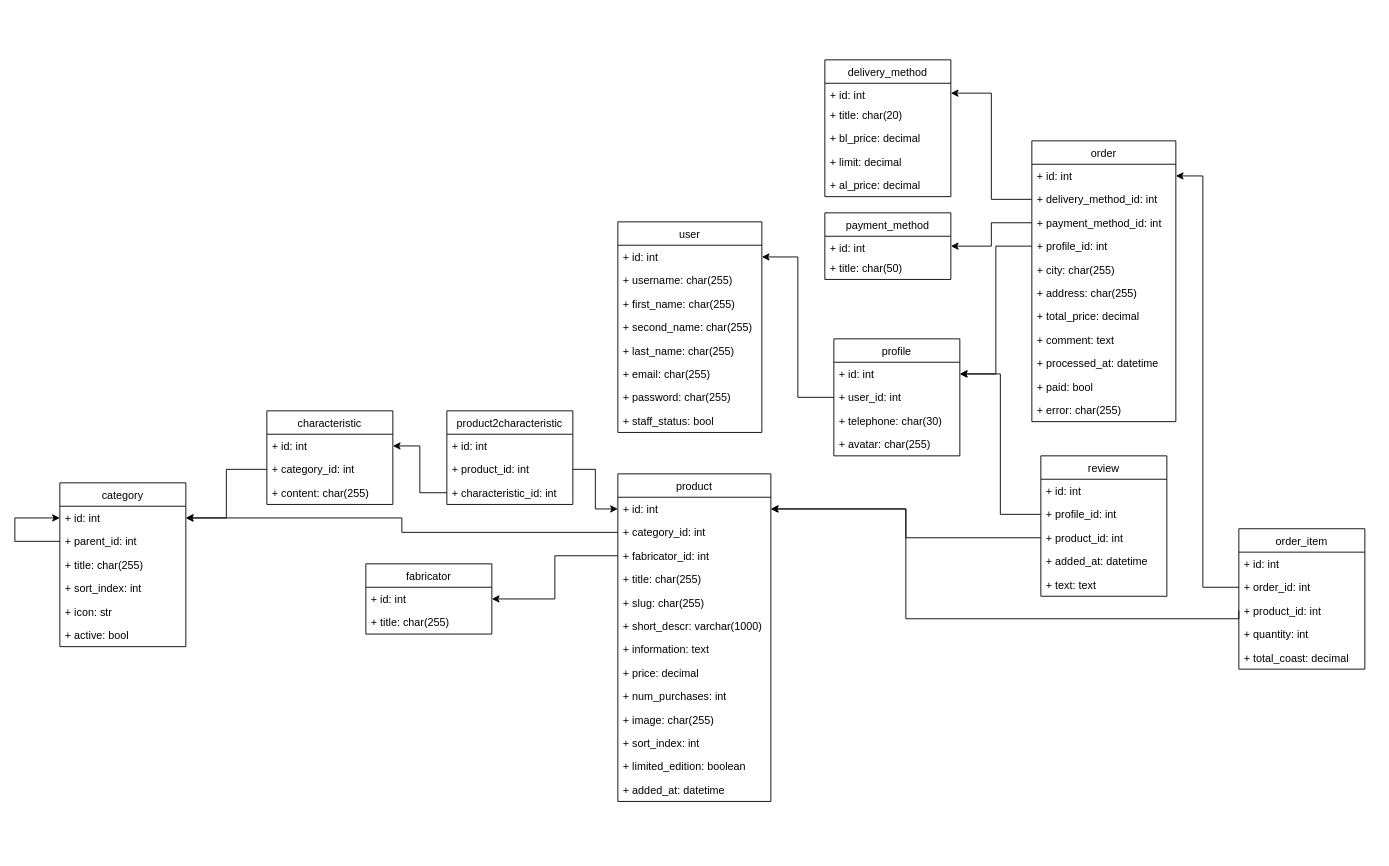
The draw.io diagram planning/scheme.drawio in Molecula80/megano, before the edit. Source tidied: cells renumbered, new cells numbered last; positions are measured from the earlier drawing's top-left corner, leaving out a move shared by most shapes. Both pictures are drawn from the tidied source at 90%, with x=0, y=0 at pixel (14, 59).
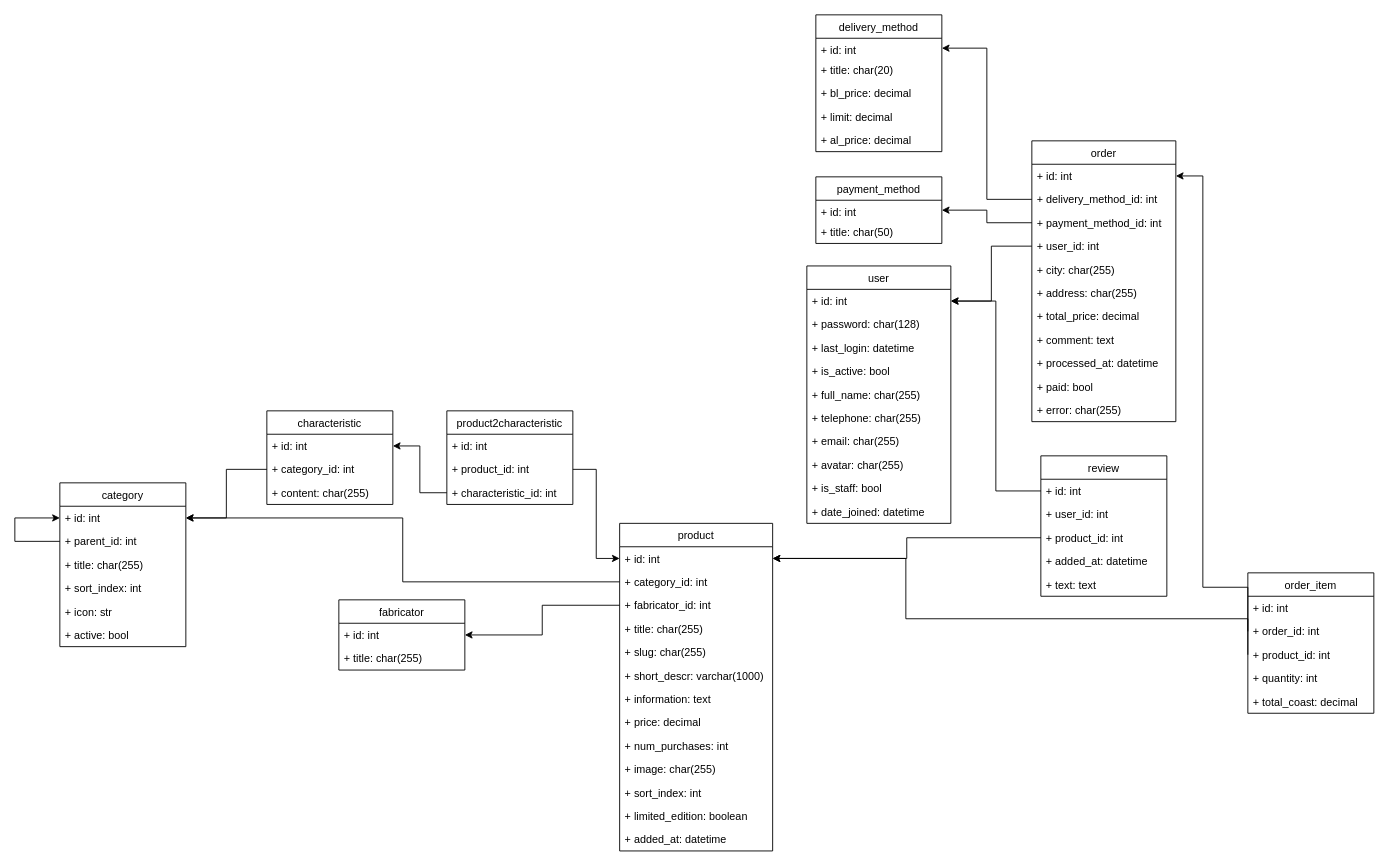
The same page after the edit.

Commit message (it also covers changes not shown here):
add login page

Unchanged cells that the change refers to:
```xml
<mxCell id="5" value="+ id: int" style="text;strokeColor=none;fillColor=none;align=left;verticalAlign=top;spacingLeft=4;spacingRight=4;overflow=hidden;points=[[0,0.5],[1,0.5]];portConstraint=eastwest;" parent="4" vertex="1">
  <mxGeometry y="26" width="170" height="26" as="geometry" />
</mxCell>
<mxCell id="41" value="+ id: int" style="text;strokeColor=none;fillColor=none;align=left;verticalAlign=top;spacingLeft=4;spacingRight=4;overflow=hidden;points=[[0,0.5],[1,0.5]];portConstraint=eastwest;" parent="40" vertex="1">
  <mxGeometry y="26" width="160" height="26" as="geometry" />
</mxCell>
<mxCell id="57" value="review" style="swimlane;fontStyle=0;horizontal=1;startSize=26;fillColor=none;" parent="1" vertex="1">
  <mxGeometry x="1140" y="440" width="140" height="156" as="geometry" />
</mxCell>
<mxCell id="58" value="+ id: int" style="text;strokeColor=none;fillColor=none;align=left;verticalAlign=top;spacingLeft=4;spacingRight=4;overflow=hidden;points=[[0,0.5],[1,0.5]];portConstraint=eastwest;" parent="57" vertex="1">
  <mxGeometry y="26" width="140" height="26" as="geometry" />
</mxCell>
<mxCell id="64" value="order" style="swimlane;fontStyle=0;horizontal=1;startSize=26;fillColor=none;" parent="1" vertex="1">
  <mxGeometry x="1130" y="90" width="160" height="312" as="geometry" />
</mxCell>
<mxCell id="88" value="+ product_id: int" style="text;strokeColor=none;fillColor=none;align=left;verticalAlign=top;spacingLeft=4;spacingRight=4;overflow=hidden;points=[[0,0.5],[1,0.5]];portConstraint=eastwest;" parent="85" vertex="1">
  <mxGeometry y="78" width="140" height="26" as="geometry" />
</mxCell>
```

The edit, as a diff of the source:
```diff
@@
     <mxCell id="4" value="product" style="swimlane;fontStyle=0;horizontal=1;startSize=26;fillColor=none;" parent="1" vertex="1">
-      <mxGeometry x="670" y="460" width="170" height="364" as="geometry" />
+      <mxGeometry x="672" y="515" width="170" height="364" as="geometry" />
     </mxCell>
@@
     <mxCell id="37" value="fabricator" style="swimlane;fontStyle=0;horizontal=1;startSize=26;fillColor=none;" parent="1" vertex="1">
-      <mxGeometry x="390" y="560" width="140" height="78" as="geometry" />
+      <mxGeometry x="360" y="600" width="140" height="78" as="geometry" />
     </mxCell>
@@
     <mxCell id="40" value="user" style="swimlane;fontStyle=0;horizontal=1;startSize=26;fillColor=none;" parent="1" vertex="1">
-      <mxGeometry x="670" y="180" width="160" height="234" as="geometry" />
+      <mxGeometry x="880" y="229" width="160" height="286" as="geometry" />
     </mxCell>
@@
-    <mxCell id="42" value="+ username: char(255)" style="text;strokeColor=none;fillColor=none;align=left;verticalAlign=top;spacingLeft=4;spacingRight=4;overflow=hidden;" parent="40" vertex="1">
+    <mxCell id="42" value="+ password: char(128)" style="text;strokeColor=none;fillColor=none;align=left;verticalAlign=top;spacingLeft=4;spacingRight=4;overflow=hidden;" parent="40" vertex="1">
       <mxGeometry y="52" width="160" height="26" as="geometry" />
     </mxCell>
-    <mxCell id="43" value="+ first_name: char(255)" style="text;strokeColor=none;fillColor=none;align=left;verticalAlign=top;spacingLeft=4;spacingRight=4;overflow=hidden;" parent="40" vertex="1">
+    <mxCell id="43" value="+ last_login: datetime" style="text;strokeColor=none;fillColor=none;align=left;verticalAlign=top;spacingLeft=4;spacingRight=4;overflow=hidden;" parent="40" vertex="1">
       <mxGeometry y="78" width="160" height="26" as="geometry" />
     </mxCell>
-    <mxCell id="44" value="+ second_name: char(255)" style="text;strokeColor=none;fillColor=none;align=left;verticalAlign=top;spacingLeft=4;spacingRight=4;overflow=hidden;" parent="40" vertex="1">
+    <mxCell id="44" value="+ is_active: bool" style="text;strokeColor=none;fillColor=none;align=left;verticalAlign=top;spacingLeft=4;spacingRight=4;overflow=hidden;" parent="40" vertex="1">
       <mxGeometry y="104" width="160" height="26" as="geometry" />
     </mxCell>
-    <mxCell id="45" value="+ last_name: char(255)" style="text;strokeColor=none;fillColor=none;align=left;verticalAlign=top;spacingLeft=4;spacingRight=4;overflow=hidden;" parent="40" vertex="1">
+    <mxCell id="45" value="+ full_name: char(255)" style="text;strokeColor=none;fillColor=none;align=left;verticalAlign=top;spacingLeft=4;spacingRight=4;overflow=hidden;" parent="40" vertex="1">
       <mxGeometry y="130" width="160" height="26" as="geometry" />
     </mxCell>
+    <mxCell id="48" value="+ telephone: char(255)" style="text;strokeColor=none;fillColor=none;align=left;verticalAlign=top;spacingLeft=4;spacingRight=4;overflow=hidden;" parent="40" vertex="1">
+      <mxGeometry y="156" width="160" height="26" as="geometry" />
+    </mxCell>
     <mxCell id="46" value="+ email: char(255)" style="text;strokeColor=none;fillColor=none;align=left;verticalAlign=top;spacingLeft=4;spacingRight=4;overflow=hidden;" parent="40" vertex="1">
-      <mxGeometry y="156" width="160" height="26" as="geometry" />
+      <mxGeometry y="182" width="160" height="26" as="geometry" />
     </mxCell>
-    <mxCell id="47" value="+ password: char(255)" style="text;strokeColor=none;fillColor=none;align=left;verticalAlign=top;spacingLeft=4;spacingRight=4;overflow=hidden;" parent="40" vertex="1">
-      <mxGeometry y="182" width="160" height="26" as="geometry" />
+    <mxCell id="47" value="+ avatar: char(255)" style="text;strokeColor=none;fillColor=none;align=left;verticalAlign=top;spacingLeft=4;spacingRight=4;overflow=hidden;" parent="40" vertex="1">
+      <mxGeometry y="208" width="160" height="26" as="geometry" />
     </mxCell>
-    <mxCell id="48" value="+ staff_status: bool" style="text;strokeColor=none;fillColor=none;align=left;verticalAlign=top;spacingLeft=4;spacingRight=4;overflow=hidden;" parent="40" vertex="1">
-      <mxGeometry y="208" width="160" height="26" as="geometry" />
-    </mxCell>
-    <mxCell id="49" style="edgeStyle=orthogonalEdgeStyle;rounded=0;jettySize=auto;html=1;entryX=1;entryY=0.5;entryDx=0;entryDy=0;exitX=0;exitY=0.5;exitDx=0;exitDy=0;" parent="1" edge="1" source="52" target="41">
-      <mxGeometry relative="1" as="geometry" />
-    </mxCell>
-    <mxCell id="50" value="profile" style="swimlane;fontStyle=0;horizontal=1;startSize=26;fillColor=none;" parent="1" vertex="1">
-      <mxGeometry x="910" y="310" width="140" height="130" as="geometry" />
-    </mxCell>
-    <mxCell id="51" value="+ id: int" style="text;strokeColor=none;fillColor=none;align=left;verticalAlign=top;spacingLeft=4;spacingRight=4;overflow=hidden;points=[[0,0.5],[1,0.5]];portConstraint=eastwest;" parent="50" vertex="1">
-      <mxGeometry y="26" width="140" height="26" as="geometry" />
-    </mxCell>
-    <mxCell id="52" value="+ user_id: int" style="text;strokeColor=none;fillColor=none;align=left;verticalAlign=top;spacingLeft=4;spacingRight=4;overflow=hidden;points=[[0,0.5],[1,0.5]];portConstraint=eastwest;" parent="50" vertex="1">
-      <mxGeometry y="52" width="140" height="26" as="geometry" />
-    </mxCell>
-    <mxCell id="53" value="+ telephone: char(30)" style="text;strokeColor=none;fillColor=none;align=left;verticalAlign=top;spacingLeft=4;spacingRight=4;overflow=hidden;" parent="50" vertex="1">
-      <mxGeometry y="78" width="140" height="26" as="geometry" />
-    </mxCell>
-    <mxCell id="54" value="+ avatar: char(255)" style="text;strokeColor=none;fillColor=none;align=left;verticalAlign=top;spacingLeft=4;spacingRight=4;overflow=hidden;" parent="50" vertex="1">
-      <mxGeometry y="104" width="140" height="26" as="geometry" />
-    </mxCell>
-    <mxCell id="55" style="edgeStyle=orthogonalEdgeStyle;rounded=0;jettySize=auto;html=1;entryX=1;entryY=0.5;entryDx=0;entryDy=0;exitX=0;exitY=0.5;exitDx=0;exitDy=0;" parent="1" edge="1" source="59" target="51">
-      <mxGeometry relative="1" as="geometry" />
-    </mxCell>
+    <mxCell id="95" value="+ is_staff: bool" style="text;strokeColor=none;fillColor=none;align=left;verticalAlign=top;spacingLeft=4;spacingRight=4;overflow=hidden;" parent="40" vertex="1">
+      <mxGeometry y="234" width="160" height="26" as="geometry" />
+    </mxCell>
+    <mxCell id="96" value="+ date_joined: datetime" style="text;strokeColor=none;fillColor=none;align=left;verticalAlign=top;spacingLeft=4;spacingRight=4;overflow=hidden;" parent="40" vertex="1">
+      <mxGeometry y="260" width="160" height="26" as="geometry" />
+    </mxCell>
@@
-    <mxCell id="59" value="+ profile_id: int" style="text;strokeColor=none;fillColor=none;align=left;verticalAlign=top;spacingLeft=4;spacingRight=4;overflow=hidden;points=[[0,0.5],[1,0.5]];portConstraint=eastwest;" parent="57" vertex="1">
+    <mxCell id="59" value="+ user_id: int" style="text;strokeColor=none;fillColor=none;align=left;verticalAlign=top;spacingLeft=4;spacingRight=4;overflow=hidden;points=[[0,0.5],[1,0.5]];portConstraint=eastwest;" parent="57" vertex="1">
       <mxGeometry y="52" width="140" height="26" as="geometry" />
     </mxCell>
@@
-    <mxCell id="63" style="edgeStyle=orthogonalEdgeStyle;rounded=0;jettySize=auto;html=1;entryX=1;entryY=0.5;entryDx=0;entryDy=0;exitX=0;exitY=0.5;exitDx=0;exitDy=0;" parent="1" edge="1" source="68" target="51">
-      <mxGeometry relative="1" as="geometry" />
-    </mxCell>
@@
-    <mxCell id="68" value="+ profile_id: int" style="text;strokeColor=none;fillColor=none;align=left;verticalAlign=top;spacingLeft=4;spacingRight=4;overflow=hidden;points=[[0,0.5],[1,0.5]];portConstraint=eastwest;" parent="64" vertex="1">
+    <mxCell id="68" value="+ user_id: int" style="text;strokeColor=none;fillColor=none;align=left;verticalAlign=top;spacingLeft=4;spacingRight=4;overflow=hidden;points=[[0,0.5],[1,0.5]];portConstraint=eastwest;" parent="64" vertex="1">
       <mxGeometry y="104" width="160" height="26" as="geometry" />
     </mxCell>
@@
     <mxCell id="76" value="delivery_method" style="swimlane;fontStyle=0;horizontal=1;startSize=26;fillColor=none;" parent="1" vertex="1">
-      <mxGeometry x="900" width="140" height="152" as="geometry" />
+      <mxGeometry x="890" y="-50" width="140" height="152" as="geometry" />
     </mxCell>
@@
     <mxCell id="83" style="edgeStyle=orthogonalEdgeStyle;rounded=0;jettySize=auto;html=1;entryX=1;entryY=0.5;entryDx=0;entryDy=0;exitX=0;exitY=0.5;exitDx=0;exitDy=0;" parent="1" edge="1" source="88" target="5">
       <mxGeometry relative="1" as="geometry">
         <Array as="points">
+          <mxPoint x="1370" y="621" />
           <mxPoint x="990" y="621" />
-          <mxPoint x="990" y="499" />
+          <mxPoint x="990" y="554" />
         </Array>
       </mxGeometry>
     </mxCell>
@@
     <mxCell id="85" value="order_item" style="swimlane;fontStyle=0;horizontal=1;startSize=26;fillColor=none;" parent="1" vertex="1">
-      <mxGeometry x="1360" y="521" width="140" height="156" as="geometry" />
+      <mxGeometry x="1370" y="570" width="140" height="156" as="geometry" />
     </mxCell>
@@
     <mxCell id="92" value="payment_method" style="swimlane;fontStyle=0;horizontal=1;startSize=26;fillColor=none;" parent="1" vertex="1">
-      <mxGeometry x="900" y="170" width="140" height="74" as="geometry" />
+      <mxGeometry x="890" y="130" width="140" height="74" as="geometry" />
     </mxCell>
@@
+    <mxCell id="97" style="edgeStyle=orthogonalEdgeStyle;rounded=0;jettySize=auto;html=1;entryX=1;entryY=0.5;entryDx=0;entryDy=0;" parent="1" edge="1" source="68" target="41">
+      <mxGeometry relative="1" as="geometry" />
+    </mxCell>
+    <mxCell id="98" style="edgeStyle=orthogonalEdgeStyle;rounded=0;jettySize=auto;html=1;entryX=1;entryY=0.5;entryDx=0;entryDy=0;" parent="1" edge="1" source="58" target="41">
+      <mxGeometry relative="1" as="geometry" />
+    </mxCell>
```
